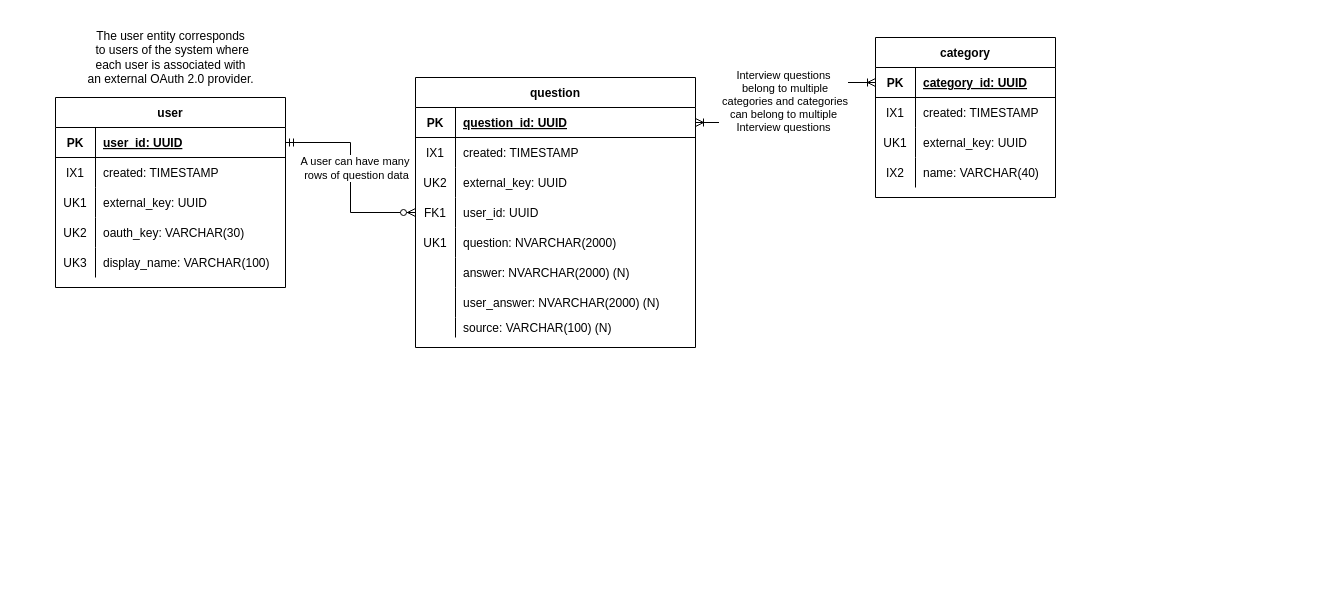
Before: docs/work/erd-Interview-prep.drawio in interview-prep-platform/interview-prep-platform.github.io, a draw.io diagram. Source tidied: cells renumbered, new cells numbered last; positions are measured from the earlier drawing's top-left corner, leaving out a move shared by most shapes. Both pictures are drawn from the tidied source at 100%, with x=0, y=0 at pixel (55, 27).
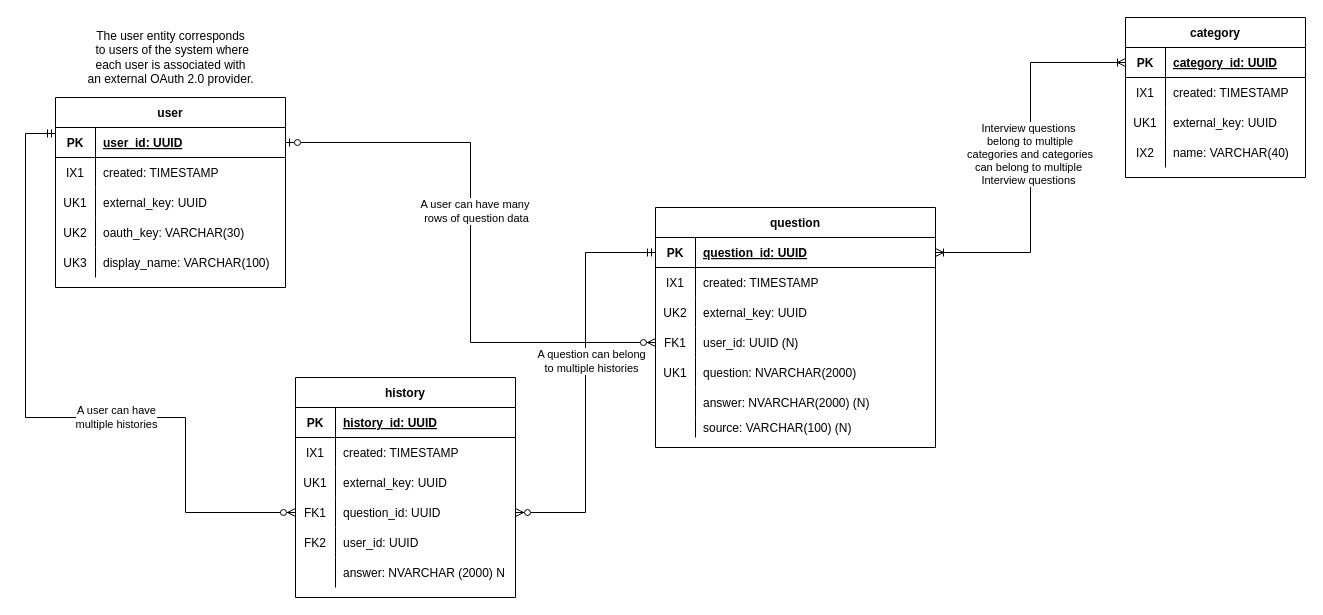
After the change.

Unchanged cells that the change refers to:
```xml
<mxCell id="3" style="shape=partialRectangle;fillColor=none;top=0;left=0;bottom=1;right=0;points=[[0,0.5],[1,0.5]];portConstraint=eastwest;" parent="2" vertex="1">
  <mxGeometry y="30" width="230" height="30" as="geometry" />
</mxCell>
<mxCell id="19" style="shape=partialRectangle;fillColor=none;top=0;left=0;bottom=1;right=0;points=[[0,0.5],[1,0.5]];portConstraint=eastwest;" parent="18" vertex="1">
  <mxGeometry y="30" width="280" height="30" as="geometry" />
</mxCell>
<mxCell id="28" style="shape=partialRectangle;fillColor=none;top=0;left=0;bottom=0;right=0;points=[[0,0.5],[1,0.5]];portConstraint=eastwest;" parent="18" vertex="1">
  <mxGeometry y="120" width="280" height="30" as="geometry" />
</mxCell>
```

Change to the diagram source:
```diff
@@
     <mxCell id="18" value="question" style="shape=table;startSize=30;childLayout=tableLayout;rowLines=0;fontStyle=1;align=center;" parent="1" vertex="1">
-      <mxGeometry x="360" y="50" width="280" height="270" as="geometry" />
+      <mxGeometry x="600" y="180" width="280" height="240" as="geometry" />
     </mxCell>
@@
-    <mxCell id="30" value="user_id: UUID" style="shape=partialRectangle;fillColor=none;top=0;left=0;bottom=0;right=0;align=left;spacingLeft=6;overflow=hidden;" parent="28" vertex="1">
+    <mxCell id="30" value="user_id: UUID (N)" style="shape=partialRectangle;fillColor=none;top=0;left=0;bottom=0;right=0;align=left;spacingLeft=6;overflow=hidden;" parent="28" vertex="1">
       <mxGeometry x="40" width="240" height="30" as="geometry" />
     </mxCell>
@@
-    <mxCell id="37" style="shape=partialRectangle;fillColor=none;top=0;left=0;bottom=0;right=0;" parent="18" vertex="1">
-      <mxGeometry y="210" width="280" height="30" as="geometry" />
-    </mxCell>
-    <mxCell id="38" style="shape=partialRectangle;fillColor=none;top=0;left=0;bottom=0;right=0;overflow=hidden;" parent="37" vertex="1">
-      <mxGeometry width="40" height="30" as="geometry" />
-    </mxCell>
-    <mxCell id="39" value="user_answer: NVARCHAR(2000) (N)" style="shape=partialRectangle;fillColor=none;top=0;left=0;bottom=0;right=0;align=left;spacingLeft=6;overflow=hidden;" parent="37" vertex="1">
-      <mxGeometry x="40" width="240" height="30" as="geometry" />
-    </mxCell>
     <mxCell id="40" style="shape=partialRectangle;fillColor=none;top=0;left=0;bottom=0;right=0;" parent="18" vertex="1">
-      <mxGeometry y="240" width="280" height="20" as="geometry" />
+      <mxGeometry y="210" width="280" height="20" as="geometry" />
     </mxCell>
@@
-    <mxCell id="43" style="fontSize=12;html=1;endArrow=ERmandOne;startArrow=ERzeroToMany;rounded=0;startFill=1;endFill=0;edgeStyle=orthogonalEdgeStyle;exitX=0;exitY=0.5;exitDx=0;exitDy=0;" parent="1" edge="1" source="28" target="3">
+    <mxCell id="43" style="fontSize=12;html=1;endArrow=ERzeroToOne;startArrow=ERzeroToMany;rounded=0;startFill=1;endFill=0;edgeStyle=orthogonalEdgeStyle;exitX=0;exitY=0.5;exitDx=0;exitDy=0;" parent="1" edge="1" source="28" target="3">
       <mxGeometry relative="1" as="geometry" />
     </mxCell>
@@
     <mxCell id="45" value="category" style="shape=table;startSize=30;childLayout=tableLayout;rowLines=0;fontStyle=1;align=center;" parent="1" vertex="1">
-      <mxGeometry x="820" y="10" width="180" height="160" as="geometry" />
+      <mxGeometry x="1070" y="-10" width="180" height="160" as="geometry" />
     </mxCell>
@@
+    <mxCell id="61" value="history" style="shape=table;startSize=30;childLayout=tableLayout;rowLines=0;fontStyle=1;align=center;" parent="1" vertex="1">
+      <mxGeometry x="240" y="350" width="220" height="220" as="geometry" />
+    </mxCell>
+    <mxCell id="62" style="shape=partialRectangle;fillColor=none;top=0;left=0;bottom=1;right=0;" parent="61" vertex="1">
+      <mxGeometry y="30" width="220" height="30" as="geometry" />
+    </mxCell>
+    <mxCell id="63" value="PK" style="shape=partialRectangle;fillColor=none;top=0;left=0;bottom=0;right=0;fontStyle=1;overflow=hidden;" parent="62" vertex="1">
+      <mxGeometry width="40" height="30" as="geometry" />
+    </mxCell>
+    <mxCell id="64" value="history_id: UUID" style="shape=partialRectangle;fillColor=none;top=0;left=0;bottom=0;right=0;align=left;spacingLeft=6;fontStyle=5;overflow=hidden;" parent="62" vertex="1">
+      <mxGeometry x="40" width="180" height="30" as="geometry" />
+    </mxCell>
+    <mxCell id="65" style="shape=partialRectangle;fillColor=none;top=0;left=0;bottom=0;right=0;" parent="61" vertex="1">
+      <mxGeometry y="60" width="220" height="30" as="geometry" />
+    </mxCell>
+    <mxCell id="66" value="IX1" style="shape=partialRectangle;fillColor=none;top=0;left=0;bottom=0;right=0;overflow=hidden;" parent="65" vertex="1">
+      <mxGeometry width="40" height="30" as="geometry" />
+    </mxCell>
+    <mxCell id="67" value="created: TIMESTAMP" style="shape=partialRectangle;fillColor=none;top=0;left=0;bottom=0;right=0;align=left;spacingLeft=6;overflow=hidden;" parent="65" vertex="1">
+      <mxGeometry x="40" width="180" height="30" as="geometry" />
+    </mxCell>
+    <mxCell id="68" style="shape=partialRectangle;fillColor=none;top=0;left=0;bottom=0;right=0;" parent="61" vertex="1">
+      <mxGeometry y="90" width="220" height="30" as="geometry" />
+    </mxCell>
+    <mxCell id="69" value="UK1" style="shape=partialRectangle;fillColor=none;top=0;left=0;bottom=0;right=0;overflow=hidden;" parent="68" vertex="1">
+      <mxGeometry width="40" height="30" as="geometry" />
+    </mxCell>
+    <mxCell id="70" value="external_key: UUID" style="shape=partialRectangle;fillColor=none;top=0;left=0;bottom=0;right=0;align=left;spacingLeft=6;overflow=hidden;" parent="68" vertex="1">
+      <mxGeometry x="40" width="180" height="30" as="geometry" />
+    </mxCell>
+    <mxCell id="71" style="shape=partialRectangle;fillColor=none;top=0;left=0;bottom=0;right=0;points=[[0,0.5],[1,0.5]];portConstraint=eastwest;" parent="61" vertex="1">
+      <mxGeometry y="120" width="220" height="30" as="geometry" />
+    </mxCell>
+    <mxCell id="72" value="FK1" style="shape=partialRectangle;fillColor=none;top=0;left=0;bottom=0;right=0;overflow=hidden;" parent="71" vertex="1">
+      <mxGeometry width="40" height="30" as="geometry" />
+    </mxCell>
+    <mxCell id="73" value="question_id: UUID" style="shape=partialRectangle;fillColor=none;top=0;left=0;bottom=0;right=0;align=left;spacingLeft=6;overflow=hidden;" parent="71" vertex="1">
+      <mxGeometry x="40" width="180" height="30" as="geometry" />
+    </mxCell>
+    <mxCell id="74" style="shape=partialRectangle;fillColor=none;top=0;left=0;bottom=0;right=0;" parent="61" vertex="1">
+      <mxGeometry y="150" width="220" height="30" as="geometry" />
+    </mxCell>
+    <mxCell id="75" value="FK2" style="shape=partialRectangle;fillColor=none;top=0;left=0;bottom=0;right=0;overflow=hidden;" parent="74" vertex="1">
+      <mxGeometry width="40" height="30" as="geometry" />
+    </mxCell>
+    <mxCell id="76" value="user_id: UUID" style="shape=partialRectangle;fillColor=none;top=0;left=0;bottom=0;right=0;align=left;spacingLeft=6;overflow=hidden;" parent="74" vertex="1">
+      <mxGeometry x="40" width="180" height="30" as="geometry" />
+    </mxCell>
+    <mxCell id="77" style="shape=partialRectangle;fillColor=none;top=0;left=0;bottom=0;right=0;" parent="61" vertex="1">
+      <mxGeometry y="180" width="220" height="30" as="geometry" />
+    </mxCell>
+    <mxCell id="38" style="shape=partialRectangle;fillColor=none;top=0;left=0;bottom=0;right=0;overflow=hidden;" parent="77" vertex="1">
+      <mxGeometry width="40" height="30" as="geometry" />
+    </mxCell>
+    <mxCell id="78" value="answer: NVARCHAR (2000) N" style="shape=partialRectangle;fillColor=none;top=0;left=0;bottom=0;right=0;align=left;spacingLeft=6;overflow=hidden;" parent="77" vertex="1">
+      <mxGeometry x="40" width="180" height="30" as="geometry" />
+    </mxCell>
+    <mxCell id="79" style="fontSize=12;html=1;endArrow=ERmandOne;startArrow=ERzeroToMany;rounded=0;startFill=1;endFill=0;edgeStyle=orthogonalEdgeStyle;exitX=0;exitY=0.5;exitDx=0;exitDy=0;" parent="1" edge="1" source="71" target="3">
+      <mxGeometry relative="1" as="geometry">
+        <Array as="points">
+          <mxPoint x="130" y="485" />
+          <mxPoint x="130" y="390" />
+          <mxPoint x="-30" y="390" />
+          <mxPoint x="-30" y="106" />
+        </Array>
+      </mxGeometry>
+    </mxCell>
+    <mxCell id="80" value="A user can have &lt;br&gt;multiple histories" style="edgeLabel;html=1;align=center;verticalAlign=middle;" parent="79" vertex="1">
+      <mxGeometry x="0.12" y="1" relative="1" as="geometry">
+        <mxPoint x="91" y="14" as="offset" />
+      </mxGeometry>
+    </mxCell>
+    <mxCell id="81" style="fontSize=12;html=1;endArrow=ERmandOne;startArrow=ERzeroToMany;rounded=0;startFill=1;endFill=0;edgeStyle=orthogonalEdgeStyle;exitX=1;exitY=0.5;exitDx=0;exitDy=0;entryX=0;entryY=0.5;entryDx=0;entryDy=0;" parent="1" edge="1" source="71" target="19">
+      <mxGeometry relative="1" as="geometry" />
+    </mxCell>
+    <mxCell id="82" value="A question can belong &lt;br&gt;to multiple histories" style="edgeLabel;html=1;align=center;verticalAlign=middle;" parent="81" vertex="1">
+      <mxGeometry x="0.12" y="1" relative="1" as="geometry">
+        <mxPoint x="6" y="2" as="offset" />
+      </mxGeometry>
+    </mxCell>
```
